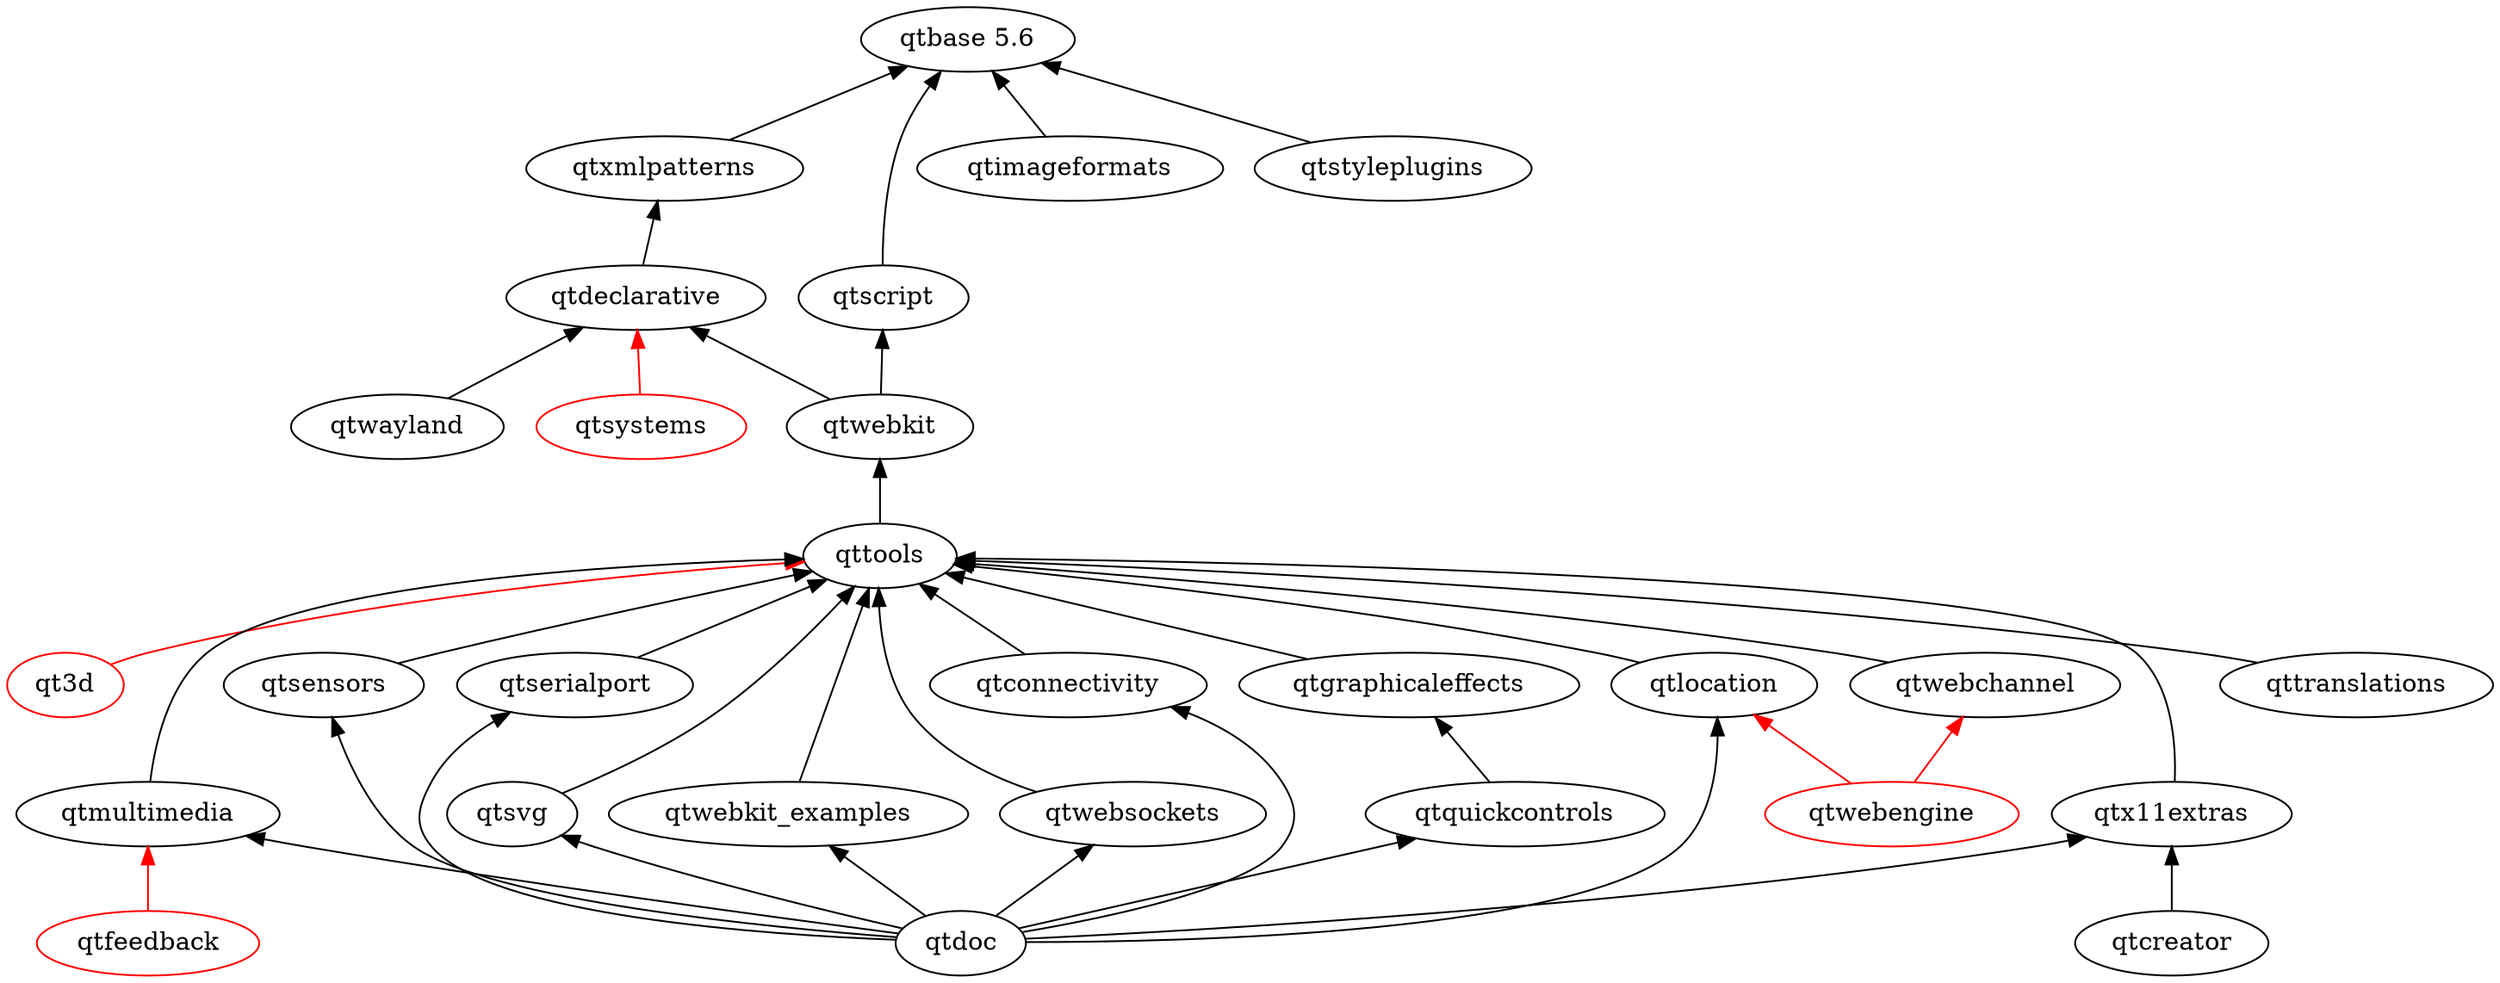
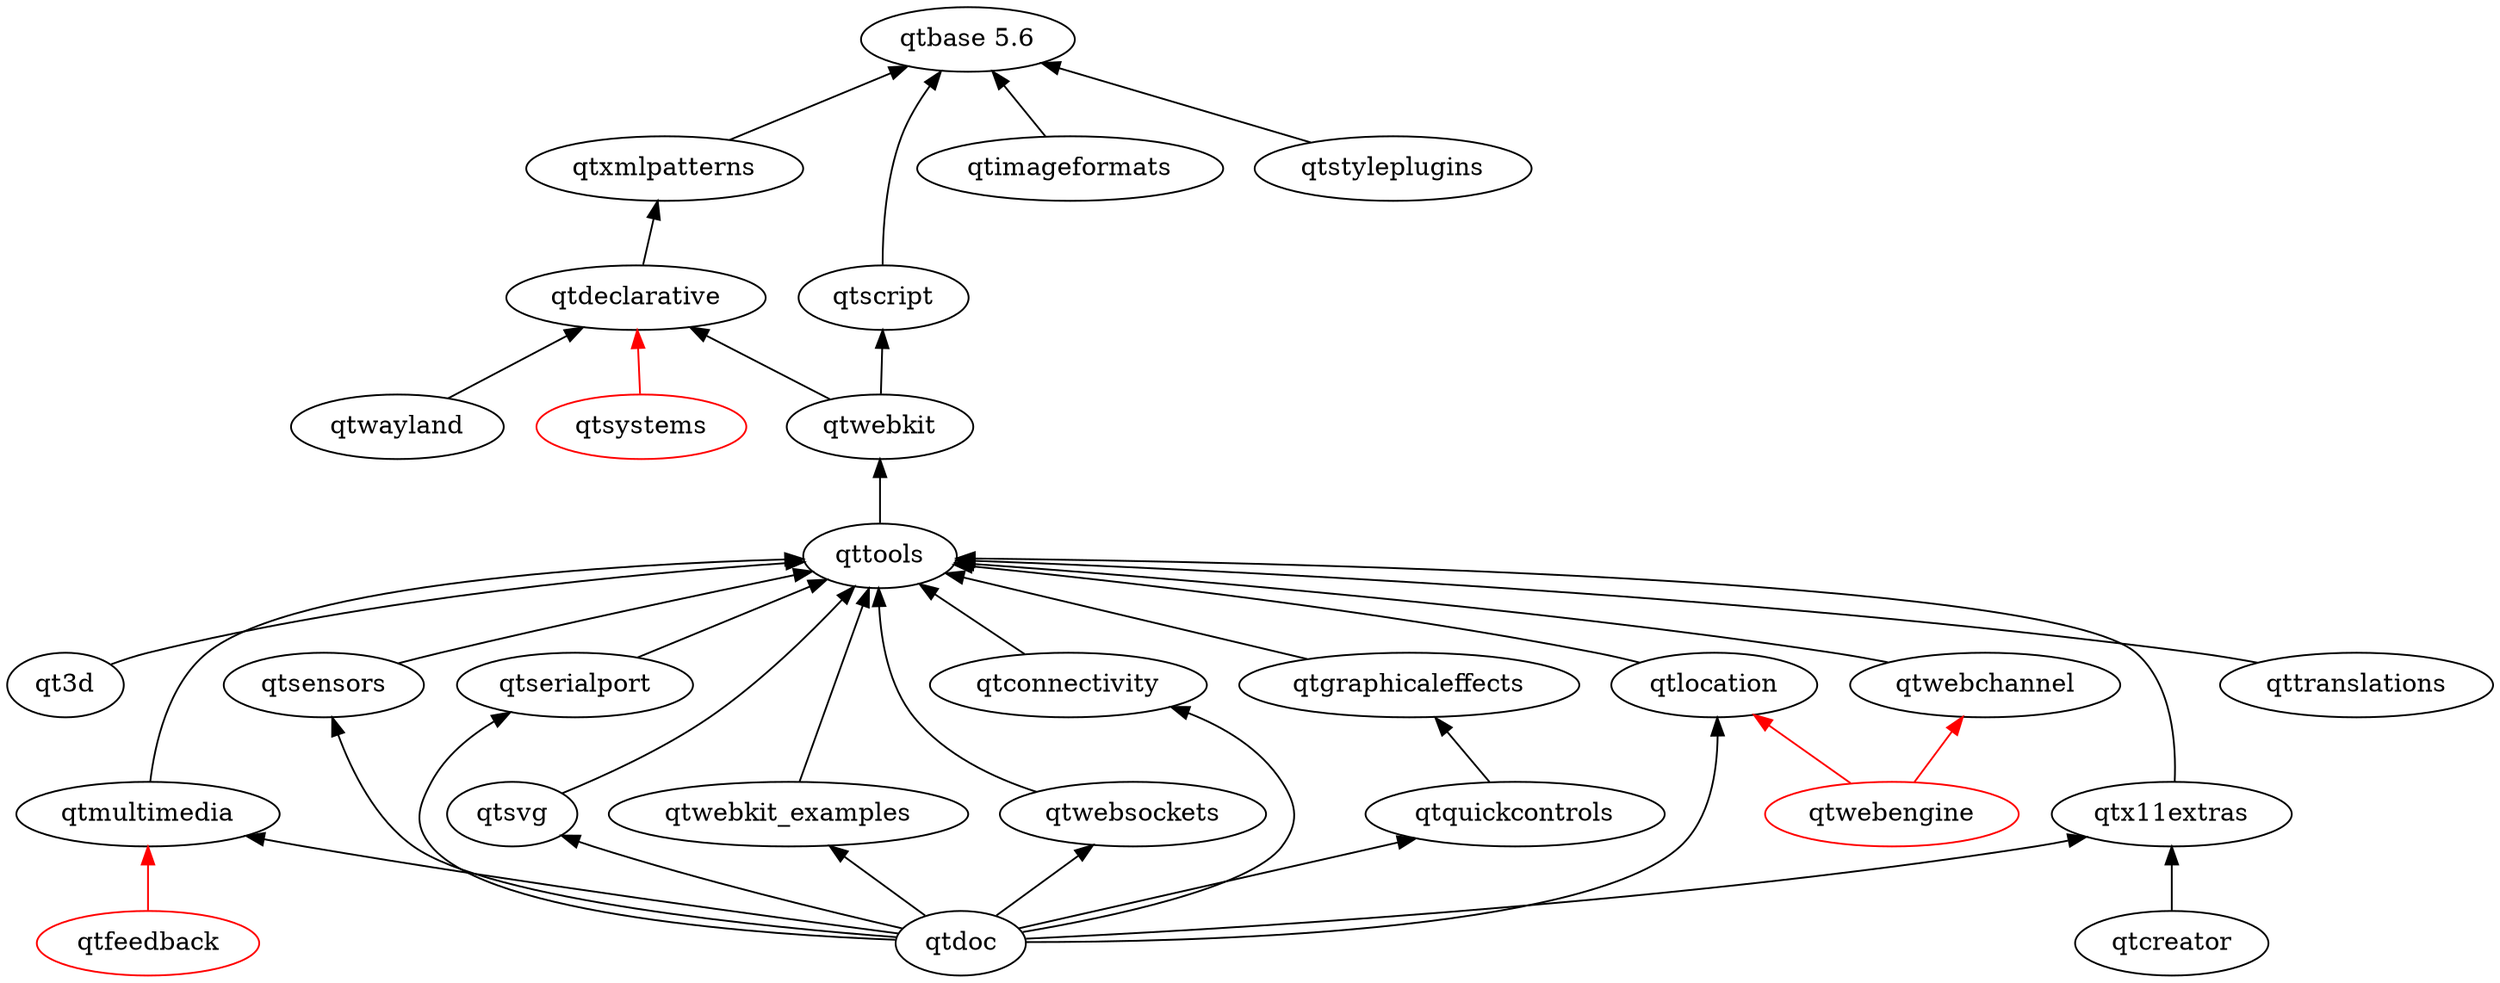
digraph qt5 {
  graph [
    rankdir = "BT"
  ]

-   qt3d [ color = red ]
+   qt3d
  "qtbase 5.6"
  qtconnectivity
  qtcreator
  qtdeclarative
  qtdoc
  qtfeedback [ color = red ]
  qtgraphicaleffects
  qtimageformats
  qtlocation
  qtmultimedia
  qtquickcontrols
  qtscript
  qtsensors
  qtserialport
  qtstyleplugins
  qtsvg
  qtsystems [ color = red ]
  qttools
  qttranslations
  qtwayland
  qtwebkit
  qtwebkit_examples
  qtwebsockets
  qtx11extras
  qtxmlpatterns
  qtwebchannel
  qtwebengine [ color = red ]

+   qt3d -> qttools
  qtconnectivity -> qttools
  qtcreator -> qtx11extras
  qtdeclarative -> qtxmlpatterns
  qtdoc -> qtmultimedia
  qtdoc -> qtlocation
  qtdoc -> qtquickcontrols
  qtdoc -> qtsensors
  qtdoc -> qtserialport
  qtdoc -> qtsvg
  qtdoc -> qtx11extras
  qtdoc -> qtwebkit_examples
  qtdoc -> qtwebsockets
  qtdoc -> qtconnectivity
  qtgraphicaleffects -> qttools
  qtimageformats -> "qtbase 5.6"
  qtmultimedia -> qttools
  qtquickcontrols -> qtgraphicaleffects
  qtsensors -> qttools
  qtserialport -> qttools
  qtscript -> "qtbase 5.6"
  qtstyleplugins -> "qtbase 5.6"
  qtsvg -> qttools
  qttools -> qtwebkit
  qttranslations -> qttools
  qtwayland -> qtdeclarative
  qtwebkit -> qtscript
  qtwebkit -> qtdeclarative
  qtwebkit_examples -> qttools
  qtwebsockets -> qttools
  qtx11extras -> qttools
  qtxmlpatterns -> "qtbase 5.6"
  qtlocation -> qttools
  qtwebchannel -> qttools

  // unsure/not-uploaded
-   qt3d -> qttools [ color = red ]
  qtfeedback -> qtmultimedia [ color = red ]
  qtsystems -> qtdeclarative [ color = red ]
  qtwebengine -> qtwebchannel [ color = red ]
  qtwebengine -> qtlocation [color = red]
}
